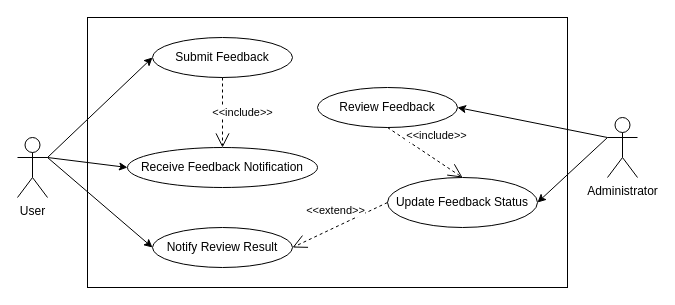
Above: Assignment2/models/FeedbackUseCase.drawio in qianlinnian/se_sad_project (draw.io), before the change. Source tidied: cells renumbered, new cells numbered last; positions are measured from the earlier drawing's top-left corner, leaving out a move shared by most shapes. Both pictures are drawn from the tidied source at 100%, with x=0, y=0 at pixel (17, 17).
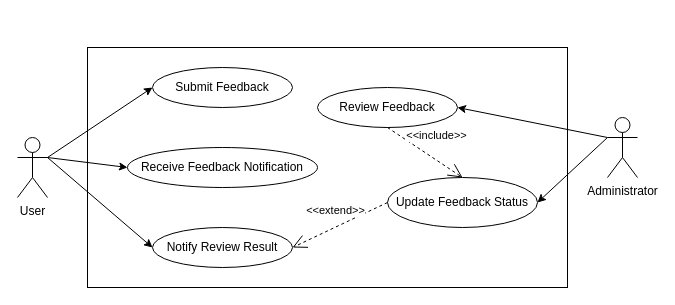
The same diagram, later.

Commit message (it also covers changes not shown here):
改了一些图和文档

What changed in the source:
```diff
@@
 <mxGraphModel>
   <root>
     <mxCell id="0" />
     <mxCell id="1" parent="0" />
     <mxCell id="2" style="rounded=0;whiteSpace=wrap;html=1;fillColor=none;" parent="1" vertex="1">
-      <mxGeometry x="70" width="480" height="270" as="geometry" />
+      <mxGeometry x="70" y="30" width="480" height="240" as="geometry" />
     </mxCell>
     <mxCell id="3" value="Administrator" style="shape=umlActor;verticalLabelPosition=bottom;verticalAlign=top;html=1;outlineConnect=0;" parent="1" vertex="1">
       <mxGeometry x="590" y="100" width="30" height="60" as="geometry" />
     </mxCell>
     <mxCell id="4" value="User" style="shape=umlActor;verticalLabelPosition=bottom;verticalAlign=top;html=1;outlineConnect=0;" parent="1" vertex="1">
       <mxGeometry y="120" width="30" height="60" as="geometry" />
     </mxCell>
     <mxCell id="5" value="Submit Feedback" style="ellipse;whiteSpace=wrap;html=1;" parent="1" vertex="1">
-      <mxGeometry x="135" y="20" width="140" height="40" as="geometry" />
+      <mxGeometry x="135" y="50" width="140" height="40" as="geometry" />
     </mxCell>
     <mxCell id="6" value="Notify Review Result" style="ellipse;whiteSpace=wrap;html=1;" parent="1" vertex="1">
       <mxGeometry x="135" y="210" width="140" height="40" as="geometry" />
     </mxCell>
-    <mxCell id="7" value="&amp;lt;&amp;lt;include&amp;gt;&amp;gt;" style="endArrow=open;endSize=12;dashed=1;html=1;rounded=0;exitX=0.5;exitY=1;exitDx=0;exitDy=0;entryX=0.5;entryY=0;entryDx=0;entryDy=0;" parent="1" edge="1" source="5" target="9">
-      <mxGeometry x="0.02" y="20" relative="1" as="geometry">
-        <mxPoint y="-1" as="offset" />
-      </mxGeometry>
-    </mxCell>
     <mxCell id="8" value="&lt;p class=&quot;MsoNormal&quot;&gt;&lt;font face=&quot;Helvetica&quot;&gt;Review Feedback&lt;/font&gt;&lt;/p&gt;" style="ellipse;whiteSpace=wrap;html=1;" parent="1" vertex="1">
       <mxGeometry x="300" y="70" width="140" height="40" as="geometry" />
     </mxCell>
     <mxCell id="9" value="Receive Feedback Notification" style="ellipse;whiteSpace=wrap;html=1;" parent="1" vertex="1">
       <mxGeometry x="110" y="130" width="190" height="40" as="geometry" />
     </mxCell>
     <mxCell id="10" value="&lt;div&gt;Update Feedback Status&lt;/div&gt;" style="ellipse;whiteSpace=wrap;html=1;" parent="1" vertex="1">
       <mxGeometry x="370" y="160" width="150" height="50" as="geometry" />
     </mxCell>
     <mxCell id="11" value="&amp;lt;&amp;lt;extend&amp;gt;&amp;gt;" style="endArrow=open;endSize=12;dashed=1;html=1;rounded=0;entryX=1;entryY=0.5;entryDx=0;entryDy=0;exitX=0;exitY=0.5;exitDx=0;exitDy=0;" parent="1" edge="1" source="10" target="6">
       <mxGeometry x="-0.05" y="-15" relative="1" as="geometry" />
     </mxCell>
     <mxCell id="12" value="&amp;lt;&amp;lt;include&amp;gt;&amp;gt;" style="endArrow=open;endSize=12;dashed=1;html=1;rounded=0;exitX=0.5;exitY=1;exitDx=0;exitDy=0;entryX=0.5;entryY=0;entryDx=0;entryDy=0;" parent="1" edge="1" source="8" target="10">
       <mxGeometry x="0.02" y="20" relative="1" as="geometry">
         <mxPoint y="-1" as="offset" />
       </mxGeometry>
     </mxCell>
     <mxCell id="13" style="endArrow=classic;html=1;rounded=0;entryX=1;entryY=0.5;entryDx=0;entryDy=0;exitX=0;exitY=0.3333333333333333;exitDx=0;exitDy=0;exitPerimeter=0;" parent="1" edge="1" source="3" target="10">
       <mxGeometry relative="1" as="geometry" />
     </mxCell>
     <mxCell id="14" style="endArrow=classic;html=1;rounded=0;entryX=1;entryY=0.5;entryDx=0;entryDy=0;exitX=0;exitY=0.3333333333333333;exitDx=0;exitDy=0;exitPerimeter=0;" parent="1" edge="1" source="3" target="8">
       <mxGeometry relative="1" as="geometry" />
     </mxCell>
     <mxCell id="15" style="endArrow=classic;html=1;rounded=0;entryX=0;entryY=0.5;entryDx=0;entryDy=0;exitX=1;exitY=0.3333333333333333;exitDx=0;exitDy=0;exitPerimeter=0;" parent="1" edge="1" source="4" target="5">
       <mxGeometry relative="1" as="geometry" />
     </mxCell>
     <mxCell id="16" style="endArrow=classic;html=1;rounded=0;entryX=0;entryY=0.5;entryDx=0;entryDy=0;exitX=1;exitY=0.3333333333333333;exitDx=0;exitDy=0;exitPerimeter=0;" parent="1" edge="1" source="4" target="6">
       <mxGeometry relative="1" as="geometry" />
     </mxCell>
     <mxCell id="17" style="endArrow=classic;html=1;rounded=0;entryX=0;entryY=0.5;entryDx=0;entryDy=0;exitX=1;exitY=0.3333333333333333;exitDx=0;exitDy=0;exitPerimeter=0;" parent="1" edge="1" source="4" target="9">
       <mxGeometry relative="1" as="geometry" />
     </mxCell>
   </root>
 </mxGraphModel>
```
